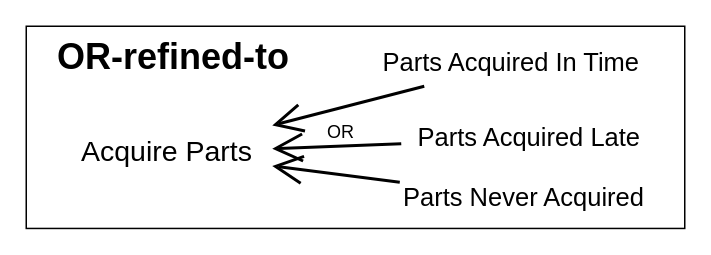
Before: page "iRL-manu-rel-3-or" (3 of 15) of Projects/iRL/Parameters/Images/Manufacturer/relationships/OR.drawio in cmg-york/Peira, a draw.io diagram. Source tidied: cells renumbered, new cells numbered last; positions are measured from the earlier drawing's top-left corner, leaving out a move shared by most shapes. Both pictures are drawn from the tidied source at 150%, with x=0, y=0 at pixel (26, 26).
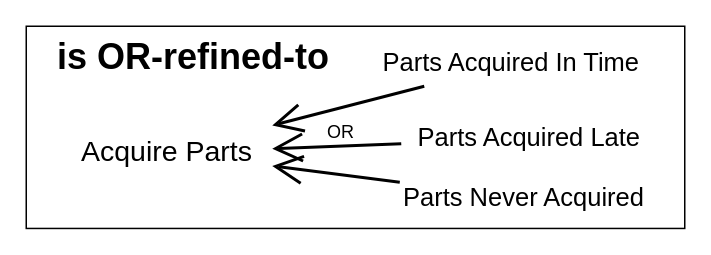
The same page after the edit.

Diff of the diagram source:
```diff
@@
 <mxGraphModel>
   <root>
     <mxCell id="0" />
     <mxCell id="1" parent="0" />
-    <mxCell id="2" value="&lt;b&gt;OR-refined-to&lt;/b&gt;" style="rounded=0;whiteSpace=wrap;html=1;align=left;fontSize=24;spacingLeft=19;horizontal=1;verticalAlign=top;" parent="1" vertex="1">
+    <mxCell id="2" value="&lt;b&gt;is&amp;nbsp;&lt;/b&gt;&lt;b&gt;OR-refined-to&lt;/b&gt;" style="rounded=0;whiteSpace=wrap;html=1;align=left;fontSize=24;spacingLeft=19;horizontal=1;verticalAlign=top;" parent="1" vertex="1">
       <mxGeometry width="439" height="134.8" as="geometry" />
     </mxCell>
     <mxCell id="3" value="Parts Acquired In Time" style="text;html=1;align=center;verticalAlign=middle;whiteSpace=wrap;rounded=0;fontSize=17;" parent="1" vertex="1">
       <mxGeometry x="226" y="10" width="195" height="30" as="geometry" />
     </mxCell>
     <mxCell id="4" value="Acquire Parts" style="text;html=1;align=center;verticalAlign=middle;whiteSpace=wrap;rounded=0;fontSize=19;" parent="1" vertex="1">
       <mxGeometry x="24" y="49.2" width="140" height="70" as="geometry" />
     </mxCell>
     <mxCell id="5" value="Parts Never Acquired" style="text;html=1;align=center;verticalAlign=middle;whiteSpace=wrap;rounded=0;fontSize=17;" parent="1" vertex="1">
       <mxGeometry x="237" y="104" width="190" height="21.2" as="geometry" />
     </mxCell>
     <mxCell id="6" style="endArrow=open;html=1;strokeWidth=2;curved=1;fontStyle=0;endFill=0;endSize=16;" parent="1" edge="1" source="5" target="4">
       <mxGeometry relative="1" as="geometry" />
     </mxCell>
     <mxCell id="7" style="endArrow=open;html=1;strokeWidth=2;curved=1;fontStyle=0;endFill=0;endSize=16;" parent="1" edge="1" source="3" target="4">
       <mxGeometry relative="1" as="geometry" />
     </mxCell>
     <mxCell id="8" value="OR" style="text;html=1;align=center;verticalAlign=middle;whiteSpace=wrap;rounded=0;" parent="1" vertex="1">
       <mxGeometry x="180" y="55.7" width="60" height="30" as="geometry" />
     </mxCell>
     <mxCell id="9" value="Parts Acquired Late" style="text;html=1;align=center;verticalAlign=middle;whiteSpace=wrap;rounded=0;fontSize=17;" parent="1" vertex="1">
       <mxGeometry x="250" y="64.6" width="171" height="21.2" as="geometry" />
     </mxCell>
     <mxCell id="10" style="endArrow=open;html=1;strokeWidth=2;curved=1;fontStyle=0;endFill=0;endSize=16;" parent="1" edge="1" source="9" target="4">
       <mxGeometry relative="1" as="geometry" />
     </mxCell>
   </root>
 </mxGraphModel>
```
